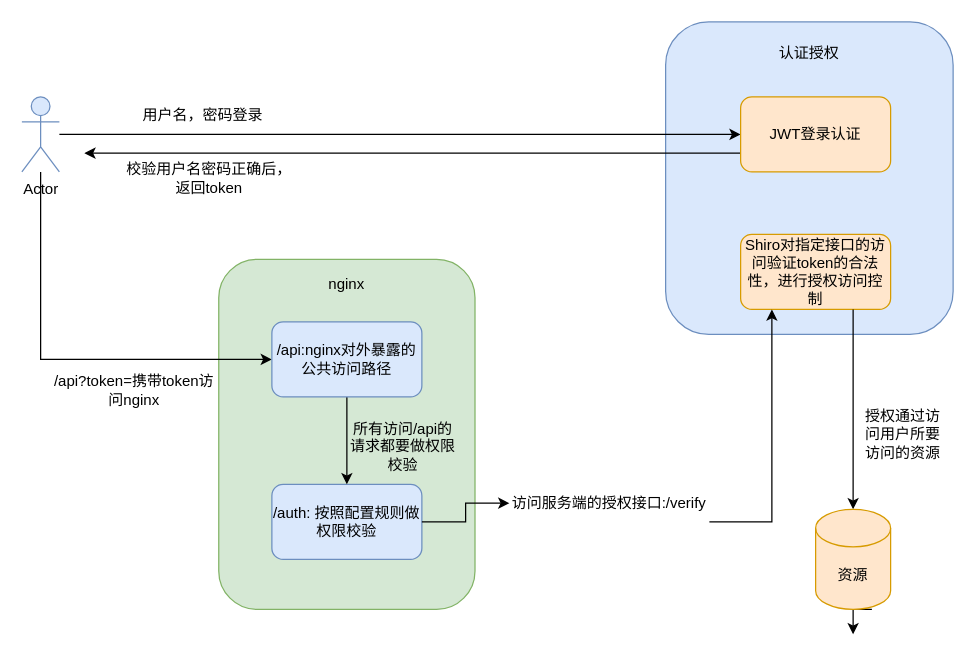
Before: 未命名绘图.drawio in JuJudodoitit/my-diagram, a draw.io diagram. Source tidied: cells renumbered, new cells numbered last; positions are measured from the earlier drawing's top-left corner, leaving out a move shared by most shapes. Both pictures are drawn from the tidied source at 125%, with x=0, y=0 at pixel (21, 21).
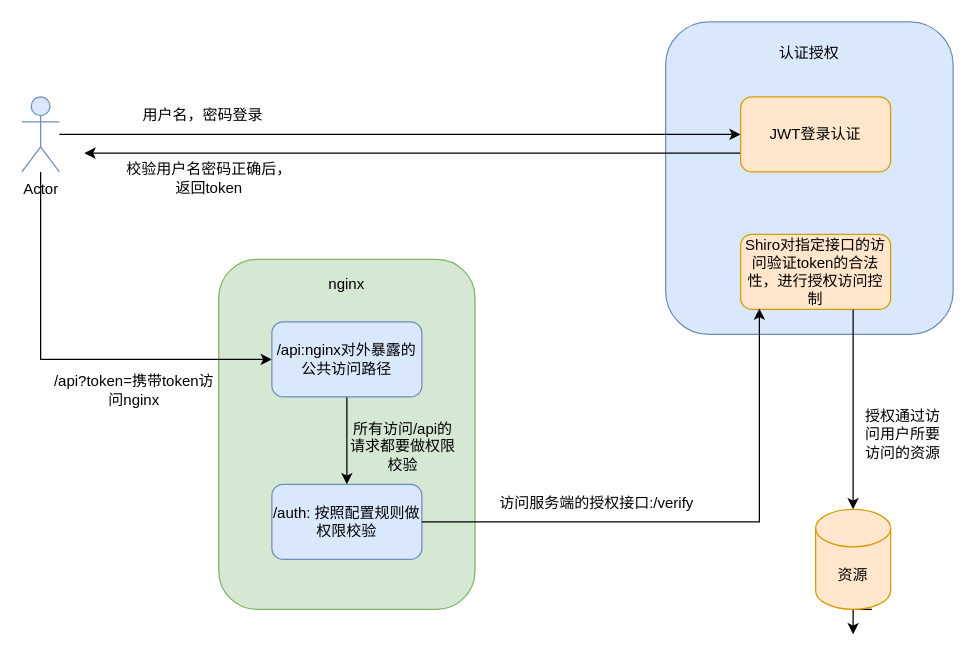
Above is the later version.

Commit message (it also covers changes not shown here):
jwt登录认证Shiro授权下发.drawio

Unchanged cells that the change refers to:
```xml
<mxCell id="10" value="Shiro对指定接口的访问验证token的合法性，进行授权访问控制" style="rounded=1;whiteSpace=wrap;html=1;fillColor=#ffe6cc;strokeColor=#d79b00;" parent="1" vertex="1">
  <mxGeometry x="575" y="170" width="120" height="60" as="geometry" />
</mxCell>
<mxCell id="15" value="/auth:&amp;nbsp;按照配置规则做权限校验" style="rounded=1;whiteSpace=wrap;html=1;fillColor=#dae8fc;strokeColor=#6c8ebf;" parent="1" vertex="1">
  <mxGeometry x="200" y="370" width="120" height="60" as="geometry" />
</mxCell>
```

Diff of the diagram source:
```diff
@@
-    <mxCell id="14" style="edgeStyle=orthogonalEdgeStyle;rounded=0;jettySize=auto;html=1;" parent="1" edge="1" source="25" target="10">
-      <mxGeometry relative="1" as="geometry">
-        <Array as="points">
-          <mxPoint x="600" y="400" />
-        </Array>
-      </mxGeometry>
-    </mxCell>
@@
-    <mxCell id="24" style="edgeStyle=orthogonalEdgeStyle;rounded=0;jettySize=auto;html=1;" parent="1" edge="1" source="15" target="25">
-      <mxGeometry relative="1" as="geometry" />
-    </mxCell>
     <mxCell id="25" value="访问服务端的授权接口:/verify" style="text;strokeColor=none;align=center;fillColor=none;html=1;verticalAlign=middle;whiteSpace=wrap;rounded=0;" parent="1" vertex="1">
-      <mxGeometry x="390" y="370" width="160" height="30" as="geometry" />
+      <mxGeometry x="380" y="370" width="160" height="30" as="geometry" />
     </mxCell>
+    <mxCell id="26" style="edgeStyle=orthogonalEdgeStyle;rounded=0;jettySize=auto;html=1;entryX=0.125;entryY=0.989;entryDx=0;entryDy=0;entryPerimeter=0;" parent="1" edge="1" source="15" target="10">
+      <mxGeometry relative="1" as="geometry" />
+    </mxCell>
```
